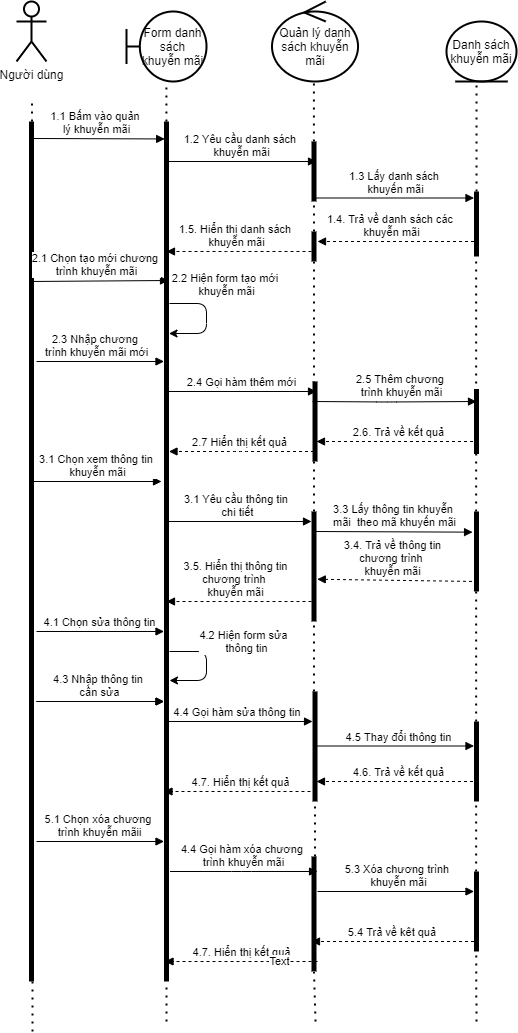
Above: Diagram/Sequence/QuanLyKhuyenMai.png in TccKaiCi/PTTK_CuaHangGiay (draw.io), before the change. Source tidied: cells renumbered, new cells last; positions are measured from the earlier drawing's top-left corner, leaving out a move shared by most shapes.
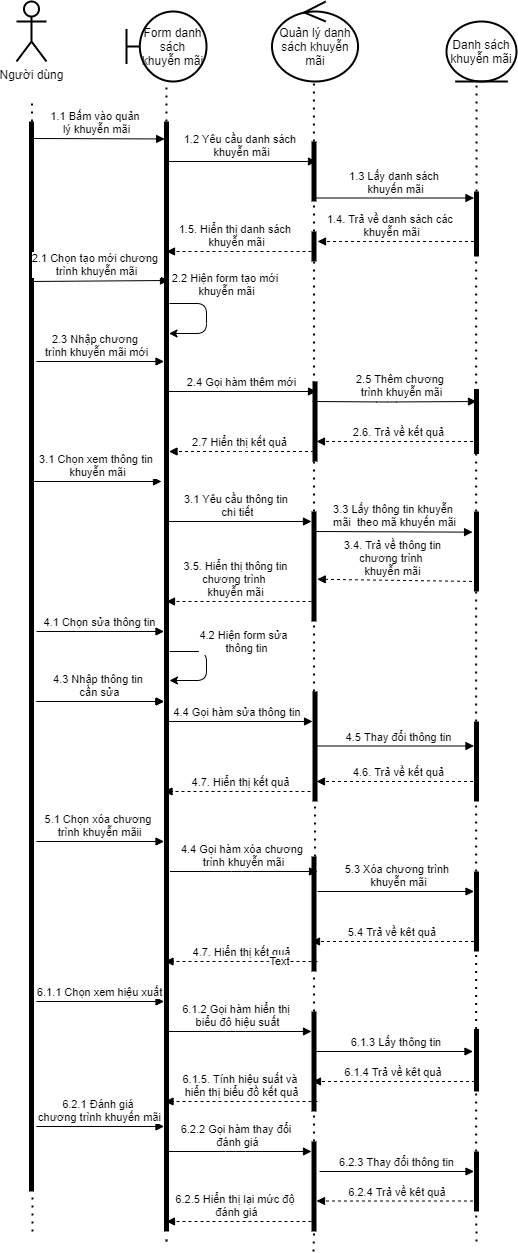
The same file after the commit.

Change to the diagram source:
```diff
@@ -17,11 +17,11 @@
       <mxGeometry x="430" y="20" width="70" height="60" as="geometry" />
     </mxCell>
     <mxCell id="6" style="html=1;points=[];perimeter=orthogonalPerimeter;fillColor=#000000;strokeColor=none;" parent="1" vertex="1">
-      <mxGeometry x="12.5" y="120" width="5" height="860" as="geometry" />
+      <mxGeometry x="12.5" y="120" width="5" height="1070" as="geometry" />
     </mxCell>
     <mxCell id="7" style="endArrow=none;dashed=1;html=1;dashPattern=1 3;strokeWidth=2;" parent="1" edge="1" target="6">
       <mxGeometry relative="1" as="geometry">
-        <mxPoint x="16" y="1030" as="sourcePoint" />
+        <mxPoint x="16" y="1230" as="sourcePoint" />
       </mxGeometry>
     </mxCell>
     <mxCell id="8" style="endArrow=none;dashed=1;html=1;dashPattern=1 3;strokeWidth=2;entryX=0.499;entryY=1.005;entryDx=0;entryDy=0;entryPerimeter=0;" parent="1" edge="1" source="13" target="4">
@@ -89,11 +89,11 @@
       <mxGeometry relative="1" as="geometry" />
     </mxCell>
     <mxCell id="23" style="html=1;points=[];perimeter=orthogonalPerimeter;fillColor=#000000;strokeColor=none;" parent="1" vertex="1">
-      <mxGeometry x="147.5" y="300" width="5" height="680" as="geometry" />
+      <mxGeometry x="147.5" y="300" width="5" height="930" as="geometry" />
     </mxCell>
     <mxCell id="24" style="endArrow=none;dashed=1;html=1;dashPattern=1 3;strokeWidth=2;entryX=0.499;entryY=1.005;entryDx=0;entryDy=0;entryPerimeter=0;" parent="1" edge="1" target="23">
       <mxGeometry relative="1" as="geometry">
-        <mxPoint x="150" y="1020" as="sourcePoint" />
+        <mxPoint x="150" y="1240" as="sourcePoint" />
       </mxGeometry>
     </mxCell>
     <mxCell id="25" value="Quản lý danh sách khuyễn mãi" style="ellipse;shape=umlControl;whiteSpace=wrap;html=1;strokeWidth=2;fillColor=none;gradientColor=none;" parent="1" vertex="1">
@@ -297,18 +297,14 @@
     <mxCell id="62" style="html=1;points=[];perimeter=orthogonalPerimeter;fillColor=#000000;strokeColor=none;" parent="1" vertex="1">
       <mxGeometry x="457.5" y="870" width="5" height="80" as="geometry" />
     </mxCell>
-    <mxCell id="63" style="endArrow=none;dashed=1;html=1;dashPattern=1 3;strokeWidth=2;entryX=0.429;entryY=1;entryDx=0;entryDy=0;entryPerimeter=0;" parent="1" edge="1" target="62">
-      <mxGeometry relative="1" as="geometry">
-        <mxPoint x="460" y="1020" as="sourcePoint" />
-      </mxGeometry>
+    <mxCell id="63" style="endArrow=none;dashed=1;html=1;dashPattern=1 3;strokeWidth=2;entryX=0.429;entryY=1;entryDx=0;entryDy=0;entryPerimeter=0;" parent="1" edge="1" source="74" target="62">
+      <mxGeometry relative="1" as="geometry" />
     </mxCell>
     <mxCell id="64" style="html=1;points=[];perimeter=orthogonalPerimeter;fillColor=#000000;strokeColor=none;" parent="1" vertex="1">
       <mxGeometry x="295" y="855" width="5" height="115" as="geometry" />
     </mxCell>
-    <mxCell id="65" style="endArrow=none;dashed=1;html=1;dashPattern=1 3;strokeWidth=2;entryX=0.499;entryY=1.005;entryDx=0;entryDy=0;entryPerimeter=0;" parent="1" edge="1" target="64">
-      <mxGeometry relative="1" as="geometry">
-        <mxPoint x="299" y="1020" as="sourcePoint" />
-      </mxGeometry>
+    <mxCell id="65" style="endArrow=none;dashed=1;html=1;dashPattern=1 3;strokeWidth=2;entryX=0.499;entryY=1.005;entryDx=0;entryDy=0;entryPerimeter=0;" parent="1" edge="1" source="71" target="64">
+      <mxGeometry relative="1" as="geometry" />
     </mxCell>
     <mxCell id="66" value="5.4 Trả về kêt quả&amp;nbsp;" style="html=1;verticalAlign=bottom;endArrow=block;dashed=1;entryX=0.796;entryY=0.75;entryDx=0;entryDy=0;entryPerimeter=0;" parent="1" edge="1">
       <mxGeometry relative="1" as="geometry">
@@ -325,5 +321,105 @@
     <mxCell id="68" value="Text" style="edgeLabel;html=1;align=center;verticalAlign=middle;" parent="67" vertex="1">
       <mxGeometry x="-0.49" y="-1" relative="1" as="geometry" />
     </mxCell>
+    <mxCell id="69" value="6.1.1 Chọn xem hiệu xuất" style="html=1;verticalAlign=bottom;endArrow=block;entryX=0.9;entryY=0.38;entryDx=0;entryDy=0;entryPerimeter=0;" parent="1" edge="1">
+      <mxGeometry x="-0.02" relative="1" as="geometry">
+        <mxPoint x="20" y="1000" as="sourcePoint" />
+        <mxPoint x="147.5" y="1000" as="targetPoint" />
+      </mxGeometry>
+    </mxCell>
+    <mxCell id="70" value="6.1.2 Gọi hàm hiển thị &lt;br&gt;biểu đô hiệu suất" style="html=1;verticalAlign=bottom;endArrow=block;" parent="1" edge="1">
+      <mxGeometry x="-0.02" relative="1" as="geometry">
+        <mxPoint x="147.5" y="1030" as="sourcePoint" />
+        <mxPoint x="295" y="1030" as="targetPoint" />
+        <Array as="points">
+          <mxPoint x="219" y="1030" />
+        </Array>
+        <mxPoint x="1" as="offset" />
+      </mxGeometry>
+    </mxCell>
+    <mxCell id="71" style="html=1;points=[];perimeter=orthogonalPerimeter;fillColor=#000000;strokeColor=none;" parent="1" vertex="1">
+      <mxGeometry x="295" y="1010" width="5" height="100" as="geometry" />
+    </mxCell>
+    <mxCell id="72" style="endArrow=none;dashed=1;html=1;dashPattern=1 3;strokeWidth=2;entryX=0.499;entryY=1.005;entryDx=0;entryDy=0;entryPerimeter=0;" parent="1" edge="1" source="80" target="71">
+      <mxGeometry relative="1" as="geometry" />
+    </mxCell>
+    <mxCell id="73" value="6.1.3 Lấy thông tin&amp;nbsp;" style="html=1;verticalAlign=bottom;endArrow=block;" parent="1" edge="1">
+      <mxGeometry x="0.03" relative="1" as="geometry">
+        <mxPoint x="300" y="1050" as="sourcePoint" />
+        <mxPoint x="456.5" y="1050" as="targetPoint" />
+      </mxGeometry>
+    </mxCell>
+    <mxCell id="74" style="html=1;points=[];perimeter=orthogonalPerimeter;fillColor=#000000;strokeColor=none;" parent="1" vertex="1">
+      <mxGeometry x="457.5" y="1027.5" width="5" height="62.5" as="geometry" />
+    </mxCell>
+    <mxCell id="75" style="endArrow=none;dashed=1;html=1;dashPattern=1 3;strokeWidth=2;entryX=0.429;entryY=1;entryDx=0;entryDy=0;entryPerimeter=0;" parent="1" edge="1" source="83" target="74">
+      <mxGeometry relative="1" as="geometry" />
+    </mxCell>
+    <mxCell id="76" value="6.1.4 Trả về kêt quả&amp;nbsp;" style="html=1;verticalAlign=bottom;endArrow=block;dashed=1;entryX=0.796;entryY=0.75;entryDx=0;entryDy=0;entryPerimeter=0;" parent="1" edge="1">
+      <mxGeometry relative="1" as="geometry">
+        <mxPoint x="458.5" y="1080" as="sourcePoint" />
+        <mxPoint x="296" y="1080" as="targetPoint" />
+      </mxGeometry>
+    </mxCell>
+    <mxCell id="77" value="6.1.5. Tính hiệu suất và &lt;br&gt;hiển thị biểu đồ kết quả " style="html=1;verticalAlign=bottom;endArrow=block;dashed=1;entryX=0.796;entryY=0.75;entryDx=0;entryDy=0;entryPerimeter=0;" parent="1" edge="1">
+      <mxGeometry relative="1" as="geometry">
+        <mxPoint x="301" y="1100" as="sourcePoint" />
+        <mxPoint x="148.5" y="1100" as="targetPoint" />
+      </mxGeometry>
+    </mxCell>
+    <mxCell id="78" value="6.2.1 Đánh giá &lt;br&gt;chương trình khuyến mãi" style="html=1;verticalAlign=bottom;endArrow=block;entryX=0.9;entryY=0.38;entryDx=0;entryDy=0;entryPerimeter=0;" parent="1" edge="1">
+      <mxGeometry x="-0.02" relative="1" as="geometry">
+        <mxPoint x="20" y="1125" as="sourcePoint" />
+        <mxPoint x="147.5" y="1125" as="targetPoint" />
+      </mxGeometry>
+    </mxCell>
+    <mxCell id="79" value="6.2.2 Gọi hàm thay đổi &lt;br&gt;đánh giá" style="html=1;verticalAlign=bottom;endArrow=block;" parent="1" edge="1">
+      <mxGeometry x="-0.02" relative="1" as="geometry">
+        <mxPoint x="147.5" y="1150" as="sourcePoint" />
+        <mxPoint x="295" y="1150" as="targetPoint" />
+        <Array as="points">
+          <mxPoint x="219" y="1150" />
+        </Array>
+        <mxPoint x="1" as="offset" />
+      </mxGeometry>
+    </mxCell>
+    <mxCell id="80" style="html=1;points=[];perimeter=orthogonalPerimeter;fillColor=#000000;strokeColor=none;" parent="1" vertex="1">
+      <mxGeometry x="295" y="1140" width="5" height="90" as="geometry" />
+    </mxCell>
+    <mxCell id="81" style="endArrow=none;dashed=1;html=1;dashPattern=1 3;strokeWidth=2;entryX=0.499;entryY=1.005;entryDx=0;entryDy=0;entryPerimeter=0;" parent="1" edge="1" target="80">
+      <mxGeometry relative="1" as="geometry">
+        <mxPoint x="297" y="1250" as="sourcePoint" />
+      </mxGeometry>
+    </mxCell>
+    <mxCell id="82" value="6.2.3 Thay đổi thông tin" style="html=1;verticalAlign=bottom;endArrow=block;" parent="1" edge="1">
+      <mxGeometry x="-0.02" relative="1" as="geometry">
+        <mxPoint x="303" y="1170" as="sourcePoint" />
+        <mxPoint x="457.5" y="1170" as="targetPoint" />
+        <Array as="points">
+          <mxPoint x="381.5" y="1170" />
+        </Array>
+        <mxPoint x="1" as="offset" />
+      </mxGeometry>
+    </mxCell>
+    <mxCell id="83" style="html=1;points=[];perimeter=orthogonalPerimeter;fillColor=#000000;strokeColor=none;" parent="1" vertex="1">
+      <mxGeometry x="457.5" y="1150" width="5" height="60" as="geometry" />
+    </mxCell>
+    <mxCell id="84" style="endArrow=none;dashed=1;html=1;dashPattern=1 3;strokeWidth=2;entryX=0.429;entryY=1;entryDx=0;entryDy=0;entryPerimeter=0;" parent="1" edge="1" target="83">
+      <mxGeometry relative="1" as="geometry">
+        <mxPoint x="460" y="1240" as="sourcePoint" />
+      </mxGeometry>
+    </mxCell>
+    <mxCell id="85" value="6.2.4 Trả về kêt quả&amp;nbsp;" style="html=1;verticalAlign=bottom;endArrow=block;dashed=1;entryX=0.796;entryY=0.75;entryDx=0;entryDy=0;entryPerimeter=0;" parent="1" edge="1">
+      <mxGeometry relative="1" as="geometry">
+        <mxPoint x="462.5" y="1199.5" as="sourcePoint" />
+        <mxPoint x="300" y="1199.5" as="targetPoint" />
+      </mxGeometry>
+    </mxCell>
+    <mxCell id="86" value="6.2.5 Hiển thị lại mức độ &lt;br&gt;đánh giá" style="html=1;verticalAlign=bottom;endArrow=block;dashed=1;" parent="1" edge="1">
+      <mxGeometry x="0.03" relative="1" as="geometry">
+        <mxPoint x="295" y="1220" as="sourcePoint" />
+        <mxPoint x="150" y="1220" as="targetPoint" />
+      </mxGeometry>
+    </mxCell>
   </root>
 </mxGraphModel>
```
